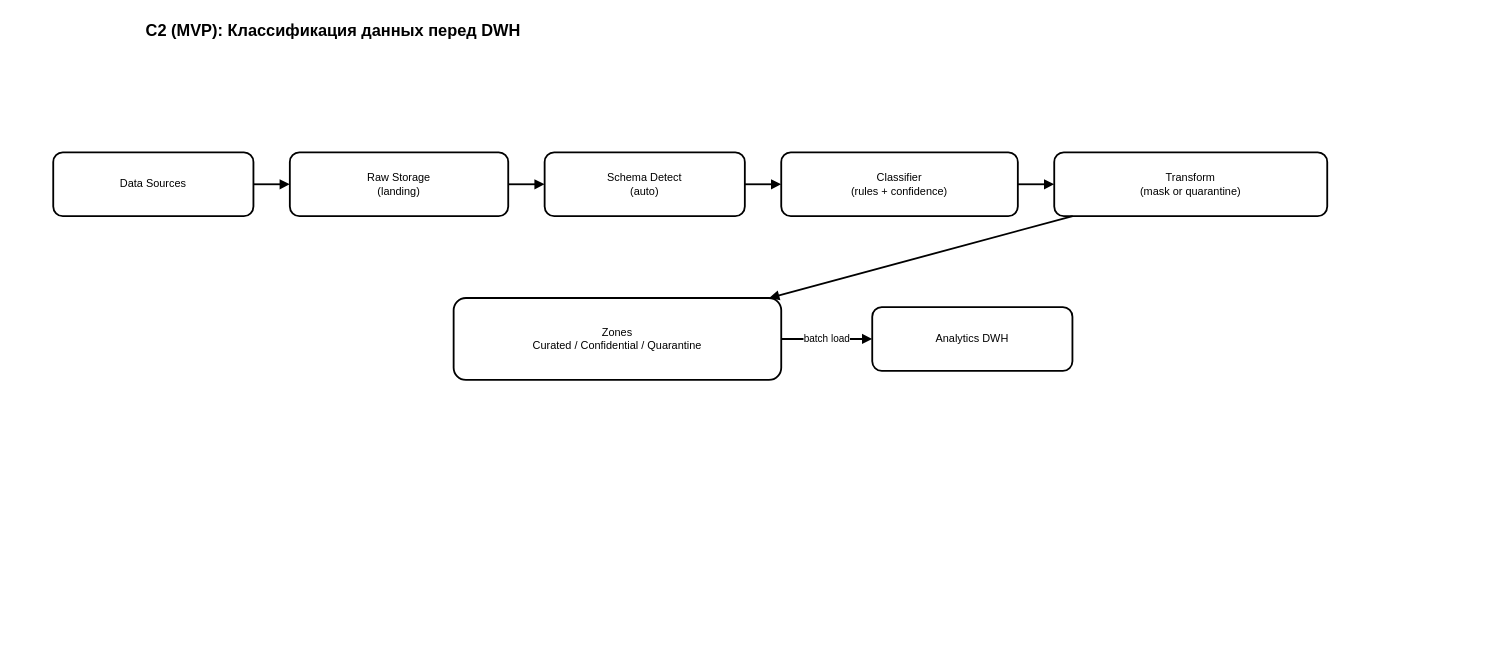
The draw.io diagram task6/c2-mvp-simple.drawio in vasiliy1305/architecture-medikamente, before the edit. Source tidied: cells renumbered, new cells numbered last; positions are measured from the earlier drawing's top-left corner, leaving out a move shared by most shapes. Both pictures are drawn from the tidied source at 91%, with x=0, y=0 at pixel (53, 15).
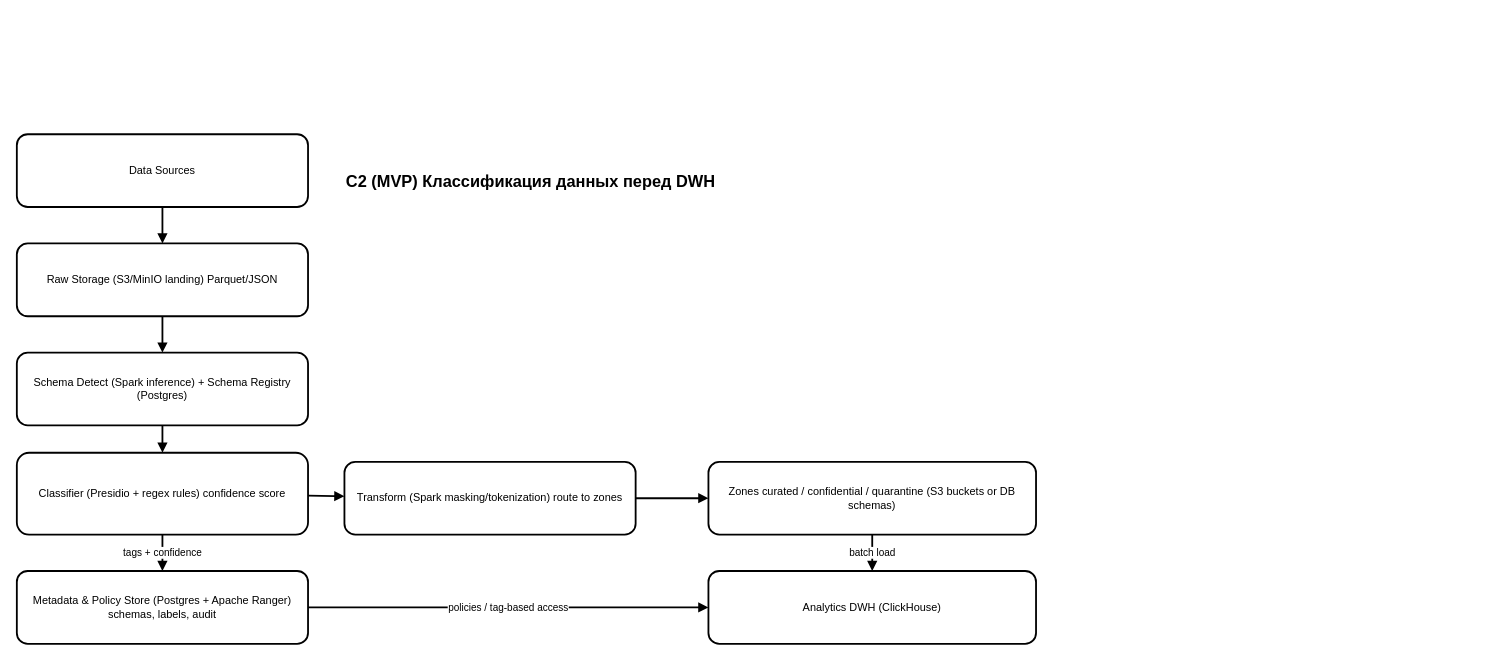
After the change.

Commit message:
review task 4

What changed in the source:
```diff
@@
 <mxGraphModel>
   <root>
     <mxCell id="0" />
     <mxCell id="1" parent="0" />
-    <mxCell id="2" value="C2 (MVP): Классификация данных перед DWH" style="text;html=1;strokeColor=none;fillColor=none;fontSize=18;fontStyle=1;" parent="1" vertex="1">
-      <mxGeometry x="100" width="1240" height="40" as="geometry" />
+    <mxCell id="2" value="C2 (MVP) Классификация данных перед DWH" style="text;html=1;strokeColor=none;fillColor=none;fontSize=18;fontStyle=1;" parent="1" vertex="1">
+      <mxGeometry x="320" y="165" width="1240" height="40" as="geometry" />
     </mxCell>
     <mxCell id="3" value="Data Sources" style="rounded=1;whiteSpace=wrap;html=1;strokeWidth=2;" parent="1" vertex="1">
-      <mxGeometry y="150" width="220" height="70" as="geometry" />
+      <mxGeometry x="-40" y="130" width="320" height="80" as="geometry" />
     </mxCell>
-    <mxCell id="4" value="Raw Storage&#10;(landing)" style="rounded=1;whiteSpace=wrap;html=1;strokeWidth=2;" parent="1" vertex="1">
-      <mxGeometry x="260" y="150" width="240" height="70" as="geometry" />
+    <mxCell id="4" value="Raw Storage&amp;#10;(S3/MinIO landing)&amp;#10;Parquet/JSON" style="rounded=1;whiteSpace=wrap;html=1;strokeWidth=2;" parent="1" vertex="1">
+      <mxGeometry x="-40" y="250" width="320" height="80" as="geometry" />
     </mxCell>
-    <mxCell id="5" value="Schema Detect&#10;(auto)" style="rounded=1;whiteSpace=wrap;html=1;strokeWidth=2;" parent="1" vertex="1">
-      <mxGeometry x="540" y="150" width="220" height="70" as="geometry" />
+    <mxCell id="5" value="Schema Detect&amp;#10;(Spark inference)&amp;#10;+ Schema Registry (Postgres)" style="rounded=1;whiteSpace=wrap;html=1;strokeWidth=2;" parent="1" vertex="1">
+      <mxGeometry x="-40" y="370" width="320" height="80" as="geometry" />
     </mxCell>
-    <mxCell id="6" value="Classifier&#10;(rules + confidence)" style="rounded=1;whiteSpace=wrap;html=1;strokeWidth=2;" parent="1" vertex="1">
-      <mxGeometry x="800" y="150" width="260" height="70" as="geometry" />
+    <mxCell id="6" value="Classifier&amp;#10;(Presidio + regex rules)&amp;#10;confidence score" style="rounded=1;whiteSpace=wrap;html=1;strokeWidth=2;" parent="1" vertex="1">
+      <mxGeometry x="-40" y="480" width="320" height="90" as="geometry" />
     </mxCell>
-    <mxCell id="7" value="Transform&#10;(mask or quarantine)" style="rounded=1;whiteSpace=wrap;html=1;strokeWidth=2;" parent="1" vertex="1">
-      <mxGeometry x="1100" y="150" width="300" height="70" as="geometry" />
+    <mxCell id="7" value="Transform&amp;#10;(Spark masking/tokenization)&amp;#10;route to zones" style="rounded=1;whiteSpace=wrap;html=1;strokeWidth=2;" parent="1" vertex="1">
+      <mxGeometry x="320" y="490" width="320" height="80" as="geometry" />
     </mxCell>
-    <mxCell id="8" value="Zones&#10;Curated / Confidential / Quarantine" style="rounded=1;whiteSpace=wrap;html=1;strokeWidth=2;" parent="1" vertex="1">
-      <mxGeometry x="440" y="310" width="360" height="90" as="geometry" />
+    <mxCell id="8" value="Zones&amp;#10;curated / confidential / quarantine&amp;#10;(S3 buckets or DB schemas)" style="rounded=1;whiteSpace=wrap;html=1;strokeWidth=2;" parent="1" vertex="1">
+      <mxGeometry x="720" y="490" width="360" height="80" as="geometry" />
     </mxCell>
-    <mxCell id="9" value="Analytics DWH" style="rounded=1;whiteSpace=wrap;html=1;strokeWidth=2;" parent="1" vertex="1">
-      <mxGeometry x="900" y="320" width="220" height="70" as="geometry" />
+    <mxCell id="9" value="Analytics DWH&amp;#10;(ClickHouse)" style="rounded=1;whiteSpace=wrap;html=1;strokeWidth=2;" parent="1" vertex="1">
+      <mxGeometry x="720" y="610" width="360" height="80" as="geometry" />
     </mxCell>
     <mxCell id="10" style="endArrow=block;html=1;strokeWidth=2;" parent="1" edge="1" source="3" target="4">
       <mxGeometry relative="1" as="geometry" />
     </mxCell>
     <mxCell id="11" style="endArrow=block;html=1;strokeWidth=2;" parent="1" edge="1" source="4" target="5">
       <mxGeometry relative="1" as="geometry" />
     </mxCell>
     <mxCell id="12" style="endArrow=block;html=1;strokeWidth=2;" parent="1" edge="1" source="5" target="6">
       <mxGeometry relative="1" as="geometry" />
     </mxCell>
     <mxCell id="13" style="endArrow=block;html=1;strokeWidth=2;" parent="1" edge="1" source="6" target="7">
       <mxGeometry relative="1" as="geometry" />
     </mxCell>
     <mxCell id="14" style="endArrow=block;html=1;strokeWidth=2;" parent="1" edge="1" source="7" target="8">
       <mxGeometry relative="1" as="geometry" />
     </mxCell>
     <mxCell id="15" value="batch load" style="endArrow=block;html=1;strokeWidth=2;" parent="1" edge="1" source="8" target="9">
       <mxGeometry relative="1" as="geometry" />
     </mxCell>
+    <mxCell id="16" value="Metadata &amp;amp; Policy Store&amp;#10;(Postgres + Apache Ranger)&amp;#10;schemas, labels, audit" style="rounded=1;whiteSpace=wrap;html=1;strokeWidth=2;" parent="1" vertex="1">
+      <mxGeometry x="-40" y="610" width="320" height="80" as="geometry" />
+    </mxCell>
+    <mxCell id="17" value="tags + confidence" style="endArrow=block;html=1;strokeWidth=2;" parent="1" edge="1" source="6" target="16">
+      <mxGeometry relative="1" as="geometry" />
+    </mxCell>
+    <mxCell id="18" value="policies / tag-based access" style="endArrow=block;html=1;strokeWidth=2;" parent="1" edge="1" source="16" target="9">
+      <mxGeometry relative="1" as="geometry" />
+    </mxCell>
   </root>
 </mxGraphModel>
```
